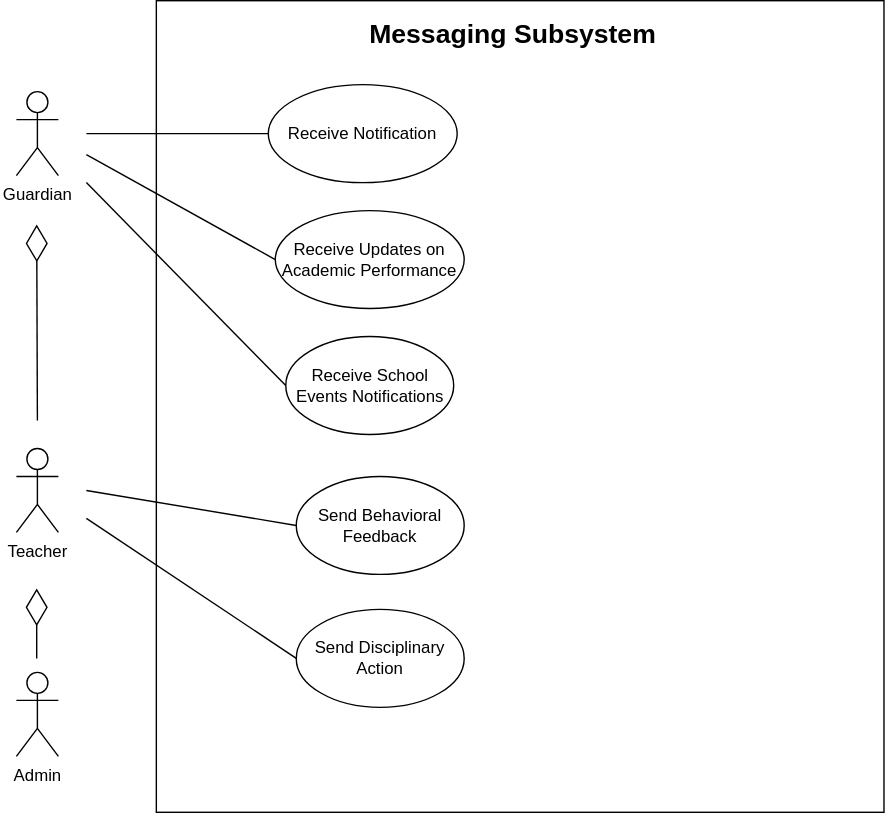
Above: Messaging Subsystem.drawio.svg in james15mokoena/NeoSoft4 (draw.io), before the change. Source tidied: cells renumbered, new cells last; positions are measured from the earlier drawing's top-left corner, leaving out a move shared by most shapes.
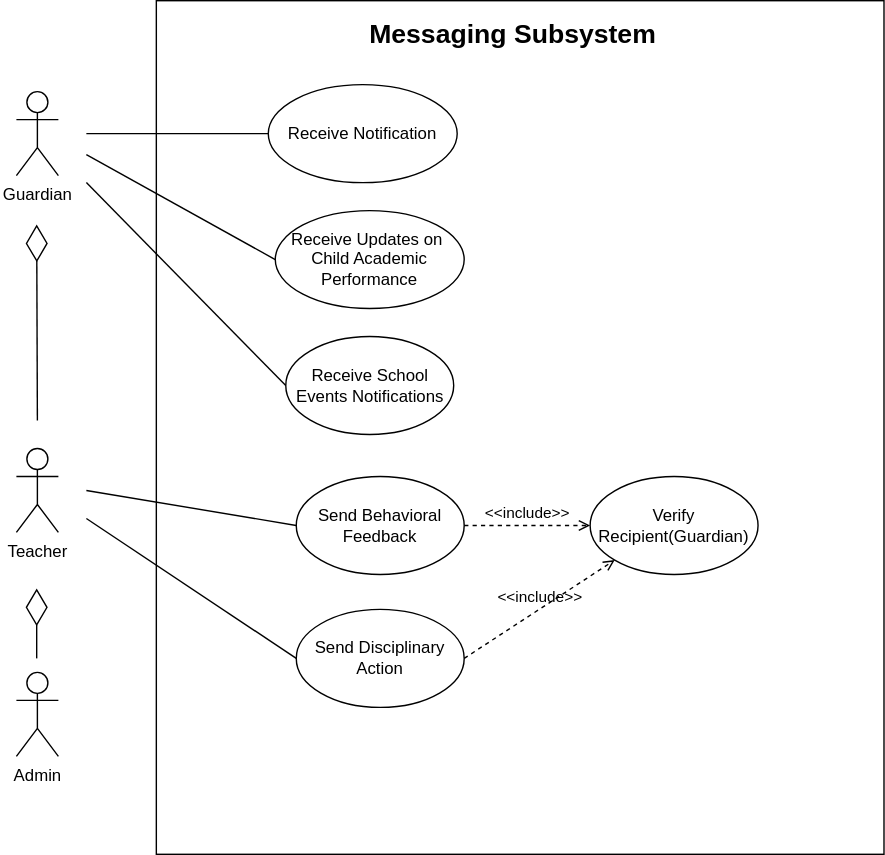
Above is the later version.

Commit message:
Added the "Verify Recipient(Guardian)" use case on the MS.drawio.svg

Change to the diagram source:
```diff
@@ -3,7 +3,7 @@
     <mxCell id="0" />
     <mxCell id="1" parent="0" />
     <mxCell id="2" style="rounded=0;whiteSpace=wrap;html=1;" parent="1" vertex="1">
-      <mxGeometry x="100" width="520" height="580" as="geometry" />
+      <mxGeometry x="100" width="520" height="610" as="geometry" />
     </mxCell>
     <mxCell id="3" value="&lt;font style=&quot;font-size: 19px;&quot;&gt;&lt;b&gt;Messaging Subsystem&lt;/b&gt;&lt;/font&gt;" style="text;html=1;align=center;verticalAlign=middle;whiteSpace=wrap;rounded=0;" parent="1" vertex="1">
       <mxGeometry x="245" y="10" width="220" height="30" as="geometry" />
@@ -14,7 +14,7 @@
     <mxCell id="5" value="Send Disciplinary Action" style="ellipse;whiteSpace=wrap;html=1;" parent="1" vertex="1">
       <mxGeometry x="200" y="435" width="120" height="70" as="geometry" />
     </mxCell>
-    <mxCell id="6" value="Receive Updates on Academic Performance" style="ellipse;whiteSpace=wrap;html=1;" parent="1" vertex="1">
+    <mxCell id="6" value="Receive Updates on&amp;nbsp; Child Academic Performance" style="ellipse;whiteSpace=wrap;html=1;" parent="1" vertex="1">
       <mxGeometry x="185" y="150" width="135" height="70" as="geometry" />
     </mxCell>
     <mxCell id="7" value="Receive School Events Notifications" style="ellipse;whiteSpace=wrap;html=1;" parent="1" vertex="1">
@@ -69,5 +69,14 @@
         <mxPoint x="14.5" y="160" as="targetPoint" />
       </mxGeometry>
     </mxCell>
+    <mxCell id="19" value="Verify Recipient(Guardian)" style="ellipse;whiteSpace=wrap;html=1;" parent="1" vertex="1">
+      <mxGeometry x="410" y="340" width="120" height="70" as="geometry" />
+    </mxCell>
+    <mxCell id="20" value="&amp;lt;&amp;lt;include&amp;gt;&amp;gt;" style="html=1;verticalAlign=bottom;labelBackgroundColor=none;endArrow=open;endFill=0;dashed=1;rounded=0;exitX=1;exitY=0.5;exitDx=0;exitDy=0;entryX=0;entryY=0.5;entryDx=0;entryDy=0;" parent="1" edge="1" source="4" target="19">
+      <mxGeometry relative="1" as="geometry" />
+    </mxCell>
+    <mxCell id="21" value="&amp;lt;&amp;lt;include&amp;gt;&amp;gt;" style="html=1;verticalAlign=bottom;labelBackgroundColor=none;endArrow=open;endFill=0;dashed=1;rounded=0;exitX=1;exitY=0.5;exitDx=0;exitDy=0;entryX=0;entryY=1;entryDx=0;entryDy=0;" parent="1" edge="1" source="5" target="19">
+      <mxGeometry relative="1" as="geometry" />
+    </mxCell>
   </root>
 </mxGraphModel>
```
